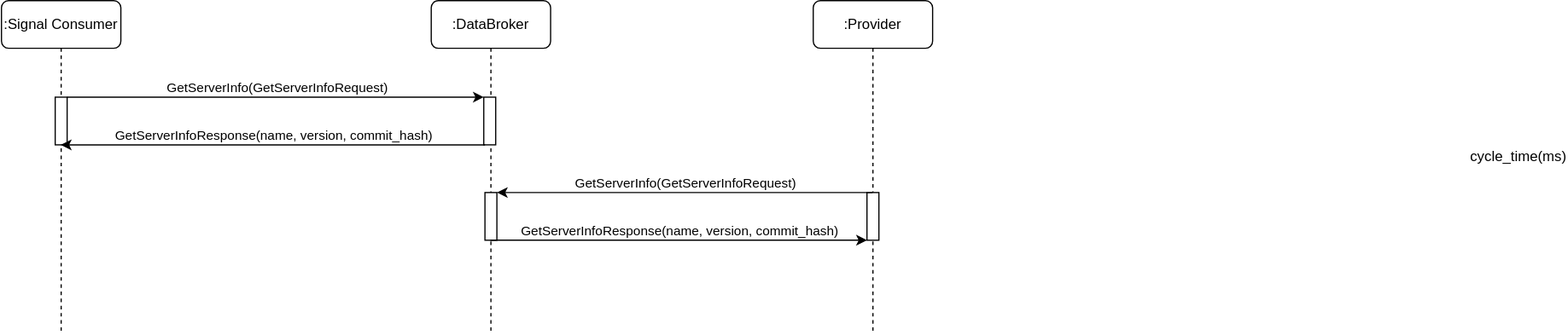
Above: doc/diagrams/consumer_provider_server_info.svg in eclipse-kuksa/kuksa-databroker (draw.io), before the change. Source tidied: cells renumbered, new cells last; positions are measured from the earlier drawing's top-left corner, leaving out a move shared by most shapes.
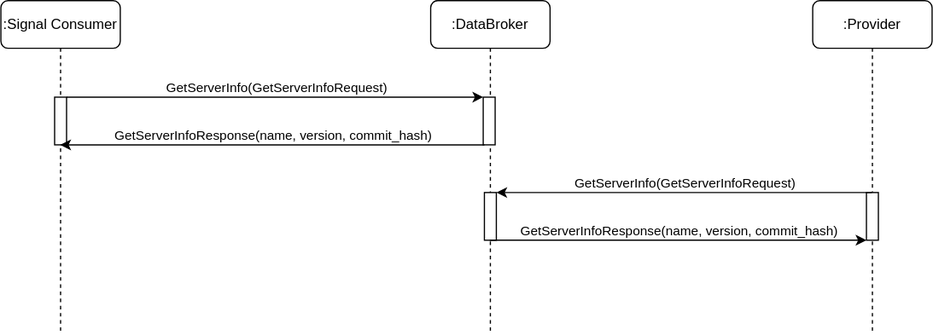
The same diagram one commit later.

Commit message:
Update server info diagram

Change to the diagram source:
```diff
@@ -35,9 +35,6 @@
         <mxPoint y="-9" as="offset" />
       </mxGeometry>
     </mxCell>
-    <mxCell id="10" value="cycle_time(ms)" style="text;html=1;align=center;verticalAlign=middle;whiteSpace=wrap;rounded=0;" parent="1" vertex="1">
-      <mxGeometry x="1241" y="116" width="60" height="30" as="geometry" />
-    </mxCell>
     <mxCell id="11" value=":Provider" style="shape=umlLifeline;perimeter=lifelinePerimeter;whiteSpace=wrap;html=1;rounded=1;" parent="1" vertex="1">
       <mxGeometry x="680" width="100" height="280" as="geometry" />
     </mxCell>
```
